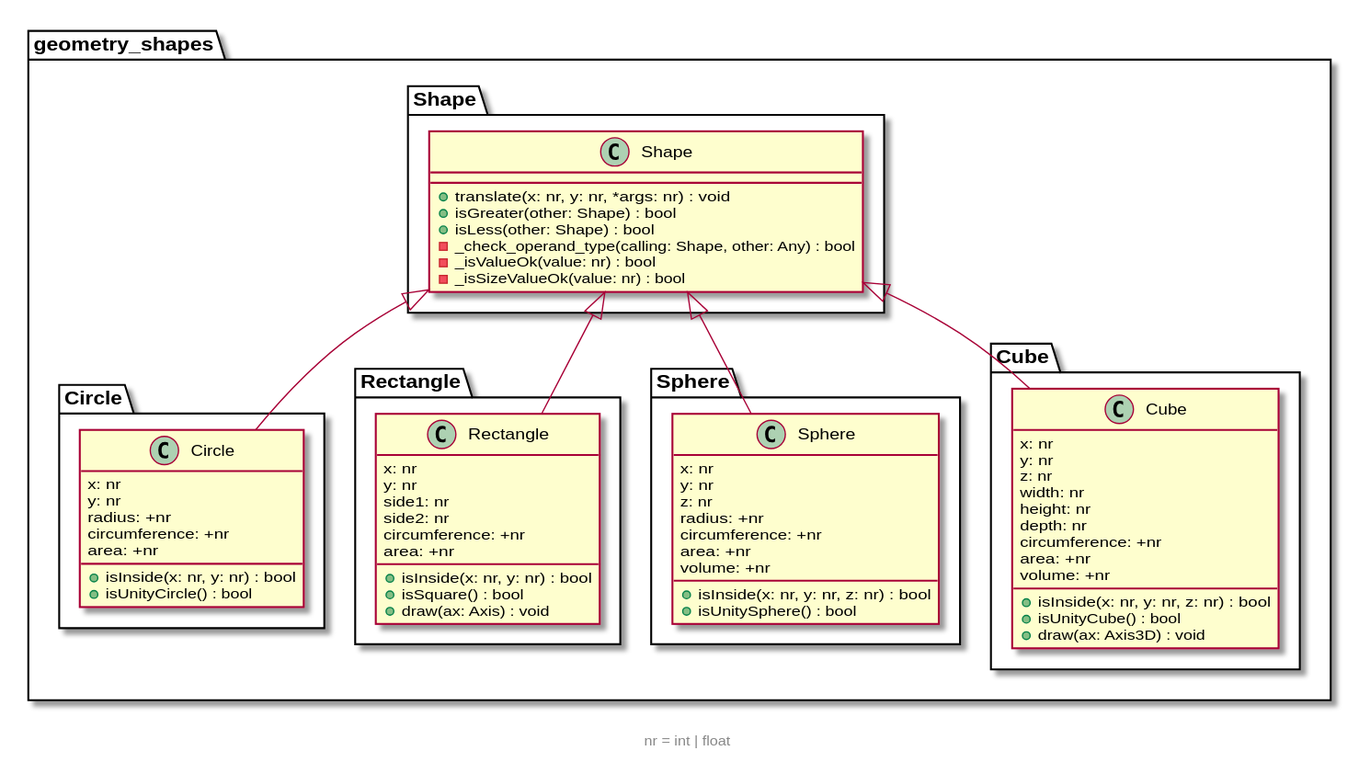
This is Labs/lab3/assets/uml.svg from Shoresh613/Python-Mikael-Folkesson, a PlantUML export, as it was before one commit.
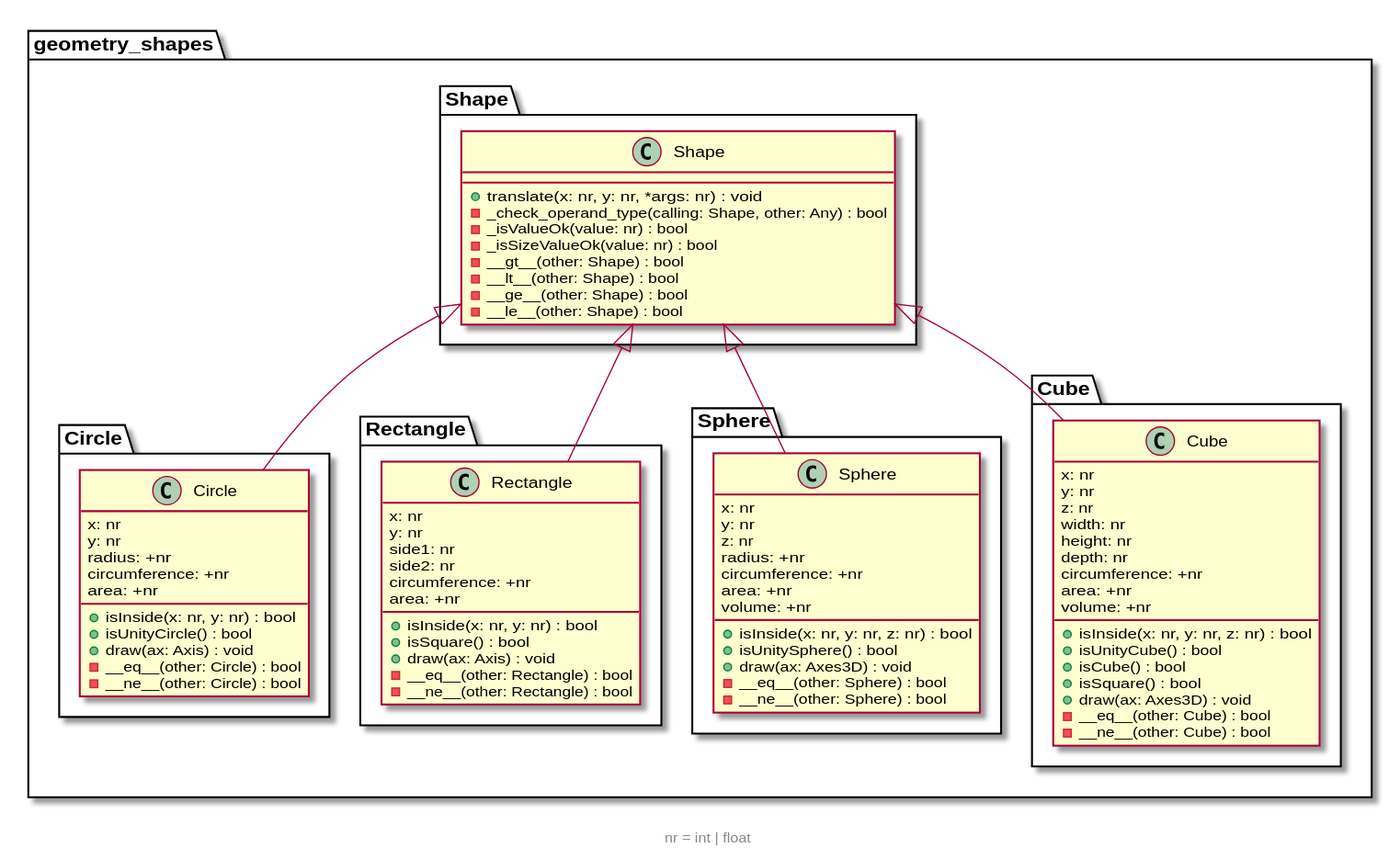
Later version of the same file.

The edit, as a diff of the source:
```diff
@@ -9,11 +9,13 @@
 
 class geometry_shapes.Shape.Shape {
   + translate(x: nr, y: nr, *args: nr) : void
-  + isGreater(other: Shape) : bool
-  + isLess(other: Shape) : bool
   - _check_operand_type(calling: Shape, other: Any) : bool
   - _isValueOk(value: nr) : bool
   - _isSizeValueOk(value: nr) : bool
+  - __gt__(other: Shape) : bool
+  - __lt__(other: Shape) : bool
+  - __ge__(other: Shape) : bool
+  - __le__(other: Shape) : bool
 }
 
 class geometry_shapes.Circle.Circle {
@@ -24,6 +26,9 @@
   area: +nr
   + isInside(x: nr, y: nr) : bool
   + isUnityCircle() : bool
+  + draw(ax: Axis) : void
+  - __eq__(other: Circle) : bool
+  - __ne__(other: Circle) : bool
 }
 
 class geometry_shapes.Rectangle.Rectangle {
@@ -36,6 +41,8 @@
   + isInside(x: nr, y: nr) : bool
   + isSquare() : bool
   + draw(ax: Axis) : void
+  - __eq__(other: Rectangle) : bool
+  - __ne__(other: Rectangle) : bool
 }
 
 class geometry_shapes.Sphere.Sphere {
@@ -48,6 +55,9 @@
   volume: +nr
   + isInside(x: nr, y: nr, z: nr) : bool
   + isUnitySphere() : bool
+  + draw(ax: Axes3D) : void
+  - __eq__(other: Sphere) : bool
+  - __ne__(other: Sphere) : bool
 }
 
 class geometry_shapes.Cube.Cube {
@@ -62,7 +72,11 @@
   volume: +nr
   + isInside(x: nr, y: nr, z: nr) : bool
   + isUnityCube() : bool
-  + draw(ax: Axis3D) : void
+  + isCube() : bool
+  + isSquare() : bool
+  + draw(ax: Axes3D) : void
+  - __eq__(other: Cube) : bool
+  - __ne__(other: Cube) : bool
 }
 
 geometry_shapes.Shape.Shape <|-- geometry_shapes.Circle.Circle
```
